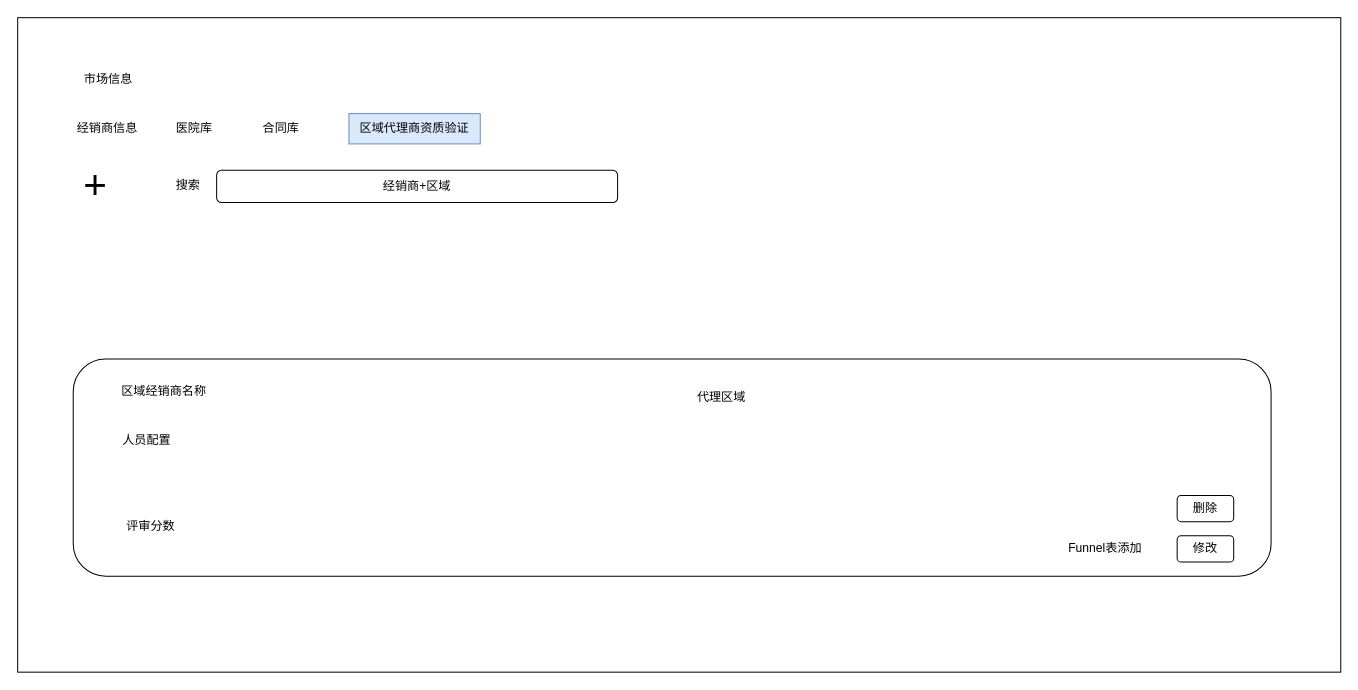
cangwang/news keeps this draw.io diagram as page "区域代理经销商" (4 of 6) of 泰加市场.drawio. Above is the earlier version. Source tidied: cells renumbered, new cells numbered last; positions are measured from the earlier drawing's top-left corner, leaving out a move shared by most shapes. Both pictures are drawn from the tidied source at 101%, with x=0, y=0 at pixel (17, 17).
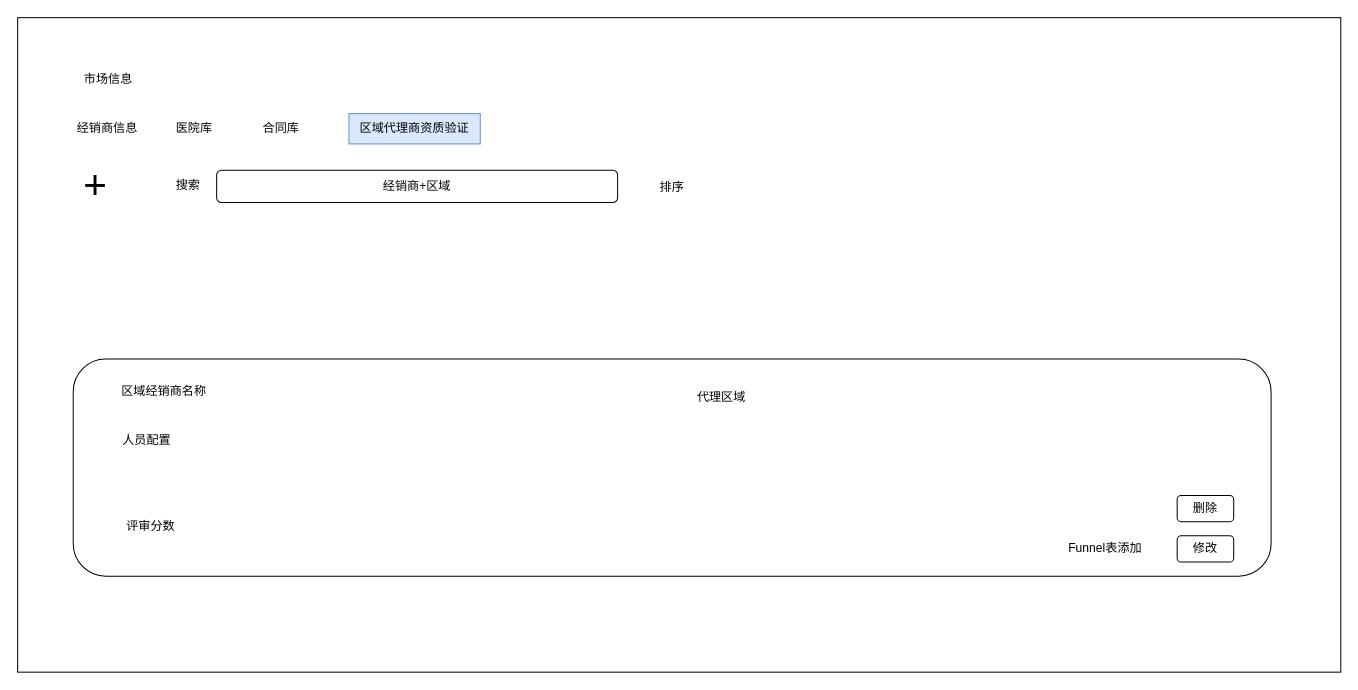
Above is the later version.

What changed in the source:
```diff
@@
 <mxGraphModel>
   <root>
     <mxCell id="0" />
     <mxCell id="1" parent="0" />
     <mxCell id="2" style="rounded=0;whiteSpace=wrap;html=1;" parent="1" vertex="1">
       <mxGeometry width="1310" height="648" as="geometry" />
     </mxCell>
     <mxCell id="3" value="市场信息" style="text;html=1;strokeColor=none;fillColor=none;align=center;verticalAlign=middle;whiteSpace=wrap;rounded=0;" parent="1" vertex="1">
       <mxGeometry x="50" y="46" width="80" height="30" as="geometry" />
     </mxCell>
     <mxCell id="4" value="经销商信息" style="text;html=1;align=center;verticalAlign=middle;whiteSpace=wrap;rounded=0;" parent="1" vertex="1">
       <mxGeometry x="53" y="95" width="72" height="30" as="geometry" />
     </mxCell>
     <mxCell id="5" value="医院库" style="text;html=1;align=center;verticalAlign=middle;whiteSpace=wrap;rounded=0;" parent="1" vertex="1">
       <mxGeometry x="139" y="95" width="72" height="30" as="geometry" />
     </mxCell>
     <mxCell id="6" value="合同库" style="text;html=1;align=center;verticalAlign=middle;whiteSpace=wrap;rounded=0;" parent="1" vertex="1">
       <mxGeometry x="225" y="95" width="72" height="30" as="geometry" />
     </mxCell>
     <mxCell id="7" value="区域代理商资质验证" style="text;html=1;strokeColor=#6c8ebf;fillColor=#dae8fc;align=center;verticalAlign=middle;whiteSpace=wrap;rounded=0;" parent="1" vertex="1">
       <mxGeometry x="328" y="95" width="130" height="30" as="geometry" />
     </mxCell>
     <mxCell id="8" style="rounded=1;whiteSpace=wrap;html=1;fontSize=12;" parent="1" vertex="1">
       <mxGeometry x="55" y="338" width="1186" height="215" as="geometry" />
     </mxCell>
     <mxCell id="9" value="修改" style="rounded=1;whiteSpace=wrap;html=1;fontSize=12;" parent="1" vertex="1">
       <mxGeometry x="1148" y="513" width="56" height="26" as="geometry" />
     </mxCell>
     <mxCell id="10" value="删除" style="rounded=1;whiteSpace=wrap;html=1;fontSize=12;" parent="1" vertex="1">
       <mxGeometry x="1148" y="473" width="56" height="26" as="geometry" />
     </mxCell>
     <mxCell id="11" value="搜索" style="text;html=1;strokeColor=none;fillColor=none;align=center;verticalAlign=middle;whiteSpace=wrap;rounded=0;fontSize=12;" parent="1" vertex="1">
       <mxGeometry x="139" y="151" width="60" height="30" as="geometry" />
     </mxCell>
     <mxCell id="12" value="经销商+区域" style="rounded=1;whiteSpace=wrap;html=1;fontSize=12;" parent="1" vertex="1">
       <mxGeometry x="197" y="151" width="397" height="32" as="geometry" />
     </mxCell>
     <mxCell id="13" value="&lt;font style=&quot;font-size: 40px&quot;&gt;+&lt;/font&gt;" style="text;html=1;strokeColor=none;fillColor=none;align=center;verticalAlign=middle;whiteSpace=wrap;rounded=0;" parent="1" vertex="1">
       <mxGeometry x="47" y="150" width="60" height="30" as="geometry" />
     </mxCell>
     <mxCell id="14" value="区域经销商名称" style="text;html=1;strokeColor=none;fillColor=none;align=center;verticalAlign=middle;whiteSpace=wrap;rounded=0;fontSize=12;" parent="1" vertex="1">
       <mxGeometry x="93" y="355" width="104" height="30" as="geometry" />
     </mxCell>
     <mxCell id="15" value="代理区域" style="text;html=1;strokeColor=none;fillColor=none;align=center;verticalAlign=middle;whiteSpace=wrap;rounded=0;fontSize=12;" parent="1" vertex="1">
       <mxGeometry x="645" y="361" width="104" height="30" as="geometry" />
     </mxCell>
     <mxCell id="16" value="人员配置" style="text;html=1;strokeColor=none;fillColor=none;align=center;verticalAlign=middle;whiteSpace=wrap;rounded=0;fontSize=12;" parent="1" vertex="1">
       <mxGeometry x="76" y="404" width="104" height="30" as="geometry" />
     </mxCell>
     <mxCell id="17" value="Funnel表添加" style="text;html=1;strokeColor=none;fillColor=none;align=center;verticalAlign=middle;whiteSpace=wrap;rounded=0;fontSize=12;" parent="1" vertex="1">
       <mxGeometry x="1025" y="511" width="104" height="30" as="geometry" />
     </mxCell>
     <mxCell id="18" value="评审分数" style="text;html=1;strokeColor=none;fillColor=none;align=center;verticalAlign=middle;whiteSpace=wrap;rounded=0;fontSize=12;" parent="1" vertex="1">
       <mxGeometry x="89" y="473" width="86" height="62" as="geometry" />
     </mxCell>
+    <mxCell id="19" value="排序" style="text;html=1;strokeColor=none;fillColor=none;align=center;verticalAlign=middle;whiteSpace=wrap;rounded=0;fontSize=12;" parent="1" vertex="1">
+      <mxGeometry x="618" y="153" width="60" height="30" as="geometry" />
+    </mxCell>
   </root>
 </mxGraphModel>
```
